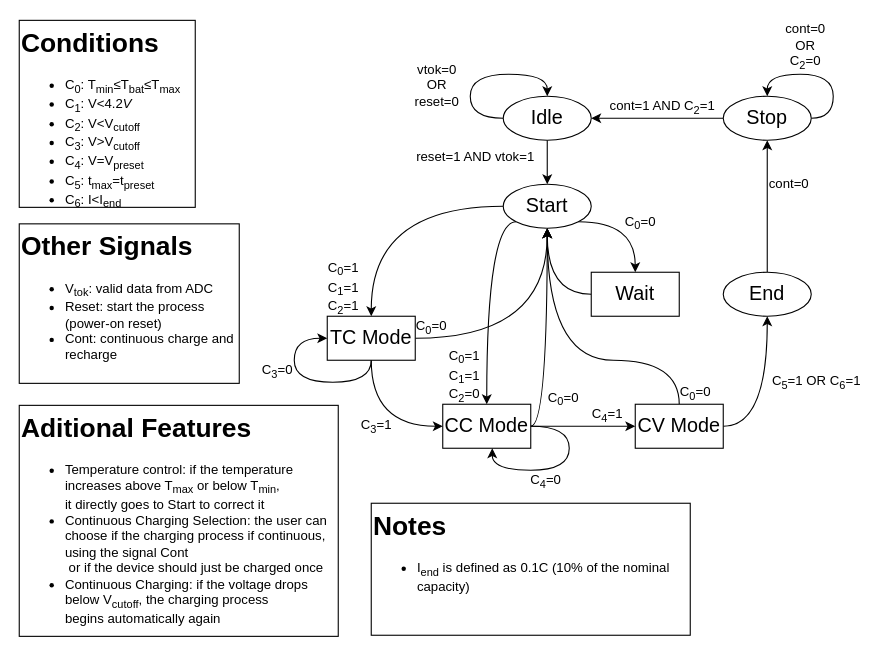
The draw.io diagram stateMachine.drawio in FranciscoPRosa/SoC, before the edit. Source tidied: cells renumbered, new cells numbered last; positions are measured from the earlier drawing's top-left corner, leaving out a move shared by most shapes. Both pictures are drawn from the tidied source at 110%, with x=0, y=0 at pixel (19, 19).
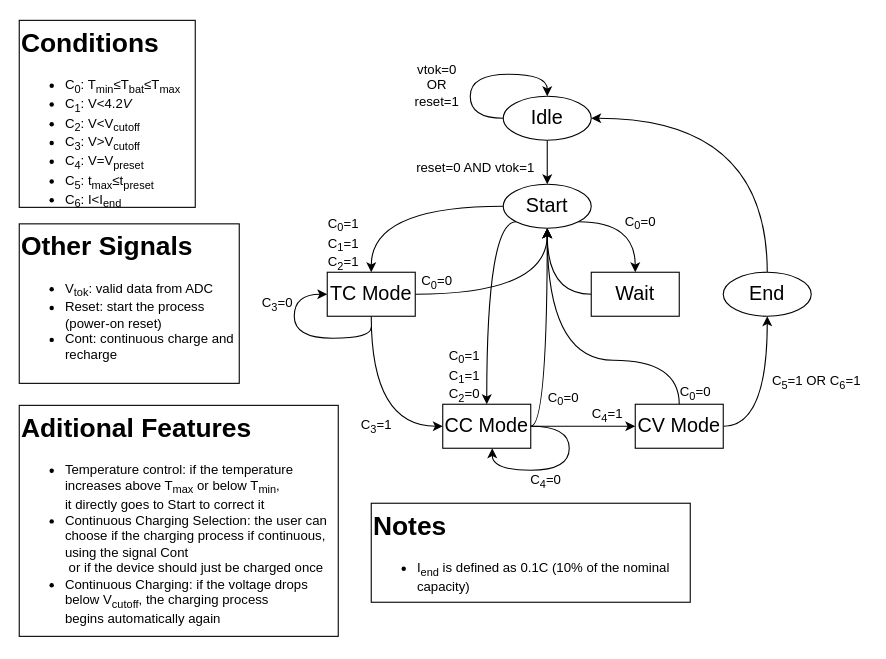
The same diagram, later.

The change refers to these unchanged cells:
```xml
<mxCell id="4" value="&lt;font style=&quot;font-size: 18px;&quot;&gt;Idle&lt;/font&gt;" style="ellipse;whiteSpace=wrap;html=1;" parent="1" vertex="1">
  <mxGeometry x="440" y="70" width="80" height="40" as="geometry" />
</mxCell>
<mxCell id="18" value="&lt;font style=&quot;font-size: 18px;&quot;&gt;End&lt;/font&gt;" style="ellipse;whiteSpace=wrap;html=1;" parent="1" vertex="1">
  <mxGeometry x="640" y="230" width="80" height="40" as="geometry" />
</mxCell>
```

What changed in the source:
```diff
@@
-    <mxCell id="5" value="&lt;h1 style=&quot;margin-top: 0px;&quot;&gt;Conditions&lt;/h1&gt;&lt;ul&gt;&lt;li&gt;C&lt;sub&gt;0&lt;/sub&gt;: T&lt;sub&gt;min&lt;/sub&gt;≤T&lt;sub&gt;bat&lt;/sub&gt;≤T&lt;sub&gt;max&lt;/sub&gt;&lt;/li&gt;&lt;li&gt;C&lt;sub&gt;1&lt;/sub&gt;: V&amp;lt;4.2&lt;i&gt;V&lt;/i&gt;&lt;/li&gt;&lt;li&gt;C&lt;sub&gt;2&lt;/sub&gt;: V&amp;lt;V&lt;sub&gt;cutoff&lt;/sub&gt;&lt;/li&gt;&lt;li&gt;C&lt;sub&gt;3&lt;/sub&gt;: V&amp;gt;V&lt;sub&gt;cutoff&lt;/sub&gt;&lt;/li&gt;&lt;li&gt;C&lt;sub&gt;4&lt;/sub&gt;: V=V&lt;sub&gt;preset&lt;/sub&gt;&lt;/li&gt;&lt;li&gt;C&lt;sub&gt;5&lt;/sub&gt;: t&lt;sub&gt;max&lt;/sub&gt;=t&lt;sub&gt;preset&lt;/sub&gt;&lt;/li&gt;&lt;li&gt;C&lt;sub&gt;6&lt;/sub&gt;: I&amp;lt;I&lt;sub&gt;end&lt;/sub&gt;&lt;br&gt;&lt;/li&gt;&lt;/ul&gt;" style="text;html=1;whiteSpace=wrap;overflow=hidden;rounded=0;strokeColor=default;fillColor=default;" parent="1" vertex="1">
+    <mxCell id="5" value="&lt;h1 style=&quot;margin-top: 0px;&quot;&gt;Conditions&lt;/h1&gt;&lt;ul&gt;&lt;li&gt;C&lt;sub&gt;0&lt;/sub&gt;: T&lt;sub&gt;min&lt;/sub&gt;≤T&lt;sub&gt;bat&lt;/sub&gt;≤T&lt;sub&gt;max&lt;/sub&gt;&lt;/li&gt;&lt;li&gt;C&lt;sub&gt;1&lt;/sub&gt;: V&amp;lt;4.2&lt;i&gt;V&lt;/i&gt;&lt;/li&gt;&lt;li&gt;C&lt;sub&gt;2&lt;/sub&gt;: V&amp;lt;V&lt;sub&gt;cutoff&lt;/sub&gt;&lt;/li&gt;&lt;li&gt;C&lt;sub&gt;3&lt;/sub&gt;: V&amp;gt;V&lt;sub&gt;cutoff&lt;/sub&gt;&lt;/li&gt;&lt;li&gt;C&lt;sub&gt;4&lt;/sub&gt;: V=V&lt;sub&gt;preset&lt;/sub&gt;&lt;/li&gt;&lt;li&gt;C&lt;sub&gt;5&lt;/sub&gt;: t&lt;sub&gt;max&lt;/sub&gt;≤t&lt;sub&gt;preset&lt;/sub&gt;&lt;/li&gt;&lt;li&gt;C&lt;sub&gt;6&lt;/sub&gt;: I&amp;lt;I&lt;sub&gt;end&lt;/sub&gt;&lt;br&gt;&lt;/li&gt;&lt;/ul&gt;" style="text;html=1;whiteSpace=wrap;overflow=hidden;rounded=0;strokeColor=default;fillColor=default;" parent="1" vertex="1">
       <mxGeometry y="1" width="160" height="170" as="geometry" />
     </mxCell>
@@
     <mxCell id="11" value="&lt;div&gt;C&lt;sub&gt;0&lt;/sub&gt;=1&lt;/div&gt;&lt;div&gt;C&lt;sub&gt;1&lt;/sub&gt;=1&lt;/div&gt;&lt;div&gt;C&lt;sub&gt;2&lt;/sub&gt;=1&lt;br&gt;&lt;/div&gt;" style="text;html=1;align=center;verticalAlign=middle;whiteSpace=wrap;rounded=0;" parent="1" vertex="1">
-      <mxGeometry x="280" y="220" width="30" height="50" as="geometry" />
+      <mxGeometry x="280" y="180" width="30" height="50" as="geometry" />
     </mxCell>
@@
-    <mxCell id="13" value="cont=0" style="text;html=1;align=center;verticalAlign=middle;whiteSpace=wrap;rounded=0;" parent="1" vertex="1">
-      <mxGeometry x="680" y="140" width="40" height="20" as="geometry" />
-    </mxCell>
@@
-    <mxCell id="17" style="edgeStyle=orthogonalEdgeStyle;rounded=0;jettySize=auto;html=1;entryX=0.5;entryY=1;entryDx=0;entryDy=0;curved=1;" parent="1" edge="1" source="18" target="38">
-      <mxGeometry relative="1" as="geometry" />
-    </mxCell>
+    <mxCell id="47" style="edgeStyle=orthogonalEdgeStyle;rounded=0;jettySize=auto;html=1;entryX=1;entryY=0.5;entryDx=0;entryDy=0;curved=1;" parent="1" edge="1" source="18" target="4">
+      <mxGeometry relative="1" as="geometry">
+        <Array as="points">
+          <mxPoint x="680" y="90" />
+        </Array>
+      </mxGeometry>
+    </mxCell>
@@
     <mxCell id="21" value="&lt;font style=&quot;font-size: 18px;&quot;&gt;TC Mode&lt;/font&gt;" style="whiteSpace=wrap;html=1;rounded=0;" parent="1" vertex="1">
-      <mxGeometry x="280" y="270" width="80" height="40" as="geometry" />
+      <mxGeometry x="280" y="230" width="80" height="40" as="geometry" />
     </mxCell>
@@
     <mxCell id="25" style="edgeStyle=orthogonalEdgeStyle;rounded=0;jettySize=auto;html=1;entryX=0;entryY=0.5;entryDx=0;entryDy=0;curved=1;" parent="1" edge="1" target="21">
       <mxGeometry relative="1" as="geometry">
-        <mxPoint x="320" y="310" as="sourcePoint" />
+        <mxPoint x="320" y="280" as="sourcePoint" />
         <Array as="points">
-          <mxPoint x="320" y="310" />
-          <mxPoint x="320" y="330" />
-          <mxPoint x="250" y="330" />
+          <mxPoint x="320" y="290" />
           <mxPoint x="250" y="290" />
+          <mxPoint x="250" y="250" />
         </Array>
       </mxGeometry>
     </mxCell>
@@
     <mxCell id="29" value="&lt;div&gt;C&lt;sub&gt;3&lt;/sub&gt;=0&lt;/div&gt;" style="text;html=1;align=center;verticalAlign=middle;whiteSpace=wrap;rounded=0;" parent="1" vertex="1">
-      <mxGeometry x="220" y="310" width="30" height="20" as="geometry" />
+      <mxGeometry x="220" y="248.5" width="30" height="20" as="geometry" />
     </mxCell>
@@
-    <mxCell id="35" value="reset=1 AND vtok=1" style="text;html=1;align=center;verticalAlign=middle;whiteSpace=wrap;rounded=0;" parent="1" vertex="1">
-      <mxGeometry x="360" y="110" width="110" height="30" as="geometry" />
+    <mxCell id="35" value="reset=0 AND vtok=1" style="text;html=1;align=center;verticalAlign=middle;whiteSpace=wrap;rounded=0;" parent="1" vertex="1">
+      <mxGeometry x="360" y="120" width="110" height="30" as="geometry" />
     </mxCell>
-    <mxCell id="36" style="edgeStyle=orthogonalEdgeStyle;rounded=0;orthogonalLoop=1;jettySize=auto;html=1;entryX=0.5;entryY=0;entryDx=0;entryDy=0;curved=1;" parent="1" edge="1" source="38" target="38">
-      <mxGeometry relative="1" as="geometry">
-        <Array as="points">
-          <mxPoint x="740" y="90" />
-          <mxPoint x="740" y="50" />
-          <mxPoint x="680" y="50" />
-        </Array>
-      </mxGeometry>
-    </mxCell>
-    <mxCell id="37" style="edgeStyle=orthogonalEdgeStyle;rounded=0;jettySize=auto;html=1;entryX=1;entryY=0.5;entryDx=0;entryDy=0;" parent="1" edge="1" source="38" target="4">
-      <mxGeometry relative="1" as="geometry" />
-    </mxCell>
-    <mxCell id="38" value="&lt;font style=&quot;font-size: 18px;&quot;&gt;Stop&lt;/font&gt;" style="ellipse;whiteSpace=wrap;html=1;" parent="1" vertex="1">
-      <mxGeometry x="640" y="70" width="80" height="40" as="geometry" />
-    </mxCell>
-    <mxCell id="39" value="cont=0 OR C&lt;sub&gt;2&lt;/sub&gt;=0" style="text;html=1;align=center;verticalAlign=middle;whiteSpace=wrap;rounded=0;" parent="1" vertex="1">
-      <mxGeometry x="690" width="50" height="50" as="geometry" />
-    </mxCell>
-    <mxCell id="40" value="vtok=0 OR reset=0" style="text;html=1;align=center;verticalAlign=middle;whiteSpace=wrap;rounded=0;" parent="1" vertex="1">
+    <mxCell id="40" value="vtok=0 OR reset=1" style="text;html=1;align=center;verticalAlign=middle;whiteSpace=wrap;rounded=0;" parent="1" vertex="1">
       <mxGeometry x="360" y="40" width="40" height="40" as="geometry" />
     </mxCell>
-    <mxCell id="41" value="cont=1 AND C&lt;sub&gt;2&lt;/sub&gt;=1" style="text;html=1;align=center;verticalAlign=middle;whiteSpace=wrap;rounded=0;" parent="1" vertex="1">
-      <mxGeometry x="530" y="70" width="110" height="20" as="geometry" />
-    </mxCell>
@@
     <mxCell id="43" value="&lt;div&gt;C&lt;sub&gt;0&lt;/sub&gt;=0&lt;/div&gt;" style="text;html=1;align=center;verticalAlign=middle;whiteSpace=wrap;rounded=0;" parent="1" vertex="1">
-      <mxGeometry x="360" y="270" width="30" height="20" as="geometry" />
+      <mxGeometry x="365" y="228.5" width="30" height="20" as="geometry" />
     </mxCell>
@@
     <mxCell id="46" value="&lt;h1 style=&quot;margin-top: 0px;&quot;&gt;Notes&lt;/h1&gt;&lt;div&gt;&lt;ul&gt;&lt;li&gt;I&lt;sub&gt;end&lt;/sub&gt; is defined as 0.1C (10% of the nominal capacity)&lt;br&gt;&lt;/li&gt;&lt;/ul&gt;&lt;/div&gt;" style="text;html=1;whiteSpace=wrap;overflow=hidden;rounded=0;strokeColor=default;fillColor=default;" parent="1" vertex="1">
-      <mxGeometry x="320" y="440" width="290" height="120" as="geometry" />
+      <mxGeometry x="320" y="440" width="290" height="90" as="geometry" />
     </mxCell>
```
